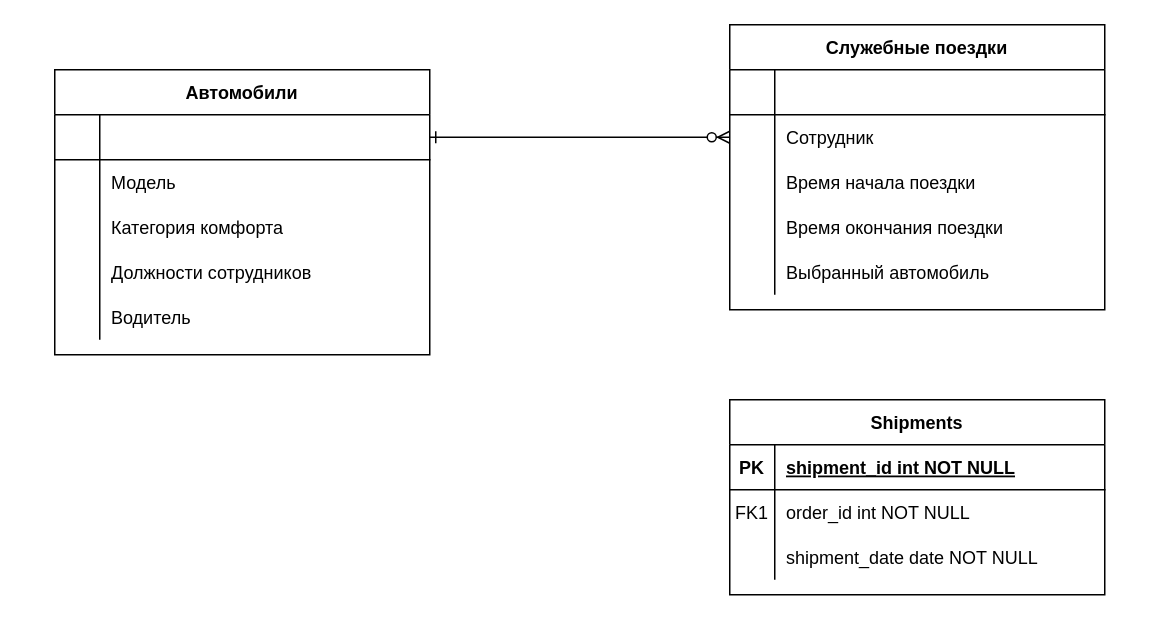
Before: Структура админраздела.drawio in suetnowic/solutions_to_tasks_for_trainees, a draw.io diagram. Source tidied: cells renumbered, new cells numbered last; positions are measured from the earlier drawing's top-left corner, leaving out a move shared by most shapes. Both pictures are drawn from the tidied source at 150%, with x=0, y=0 at pixel (54, 24).
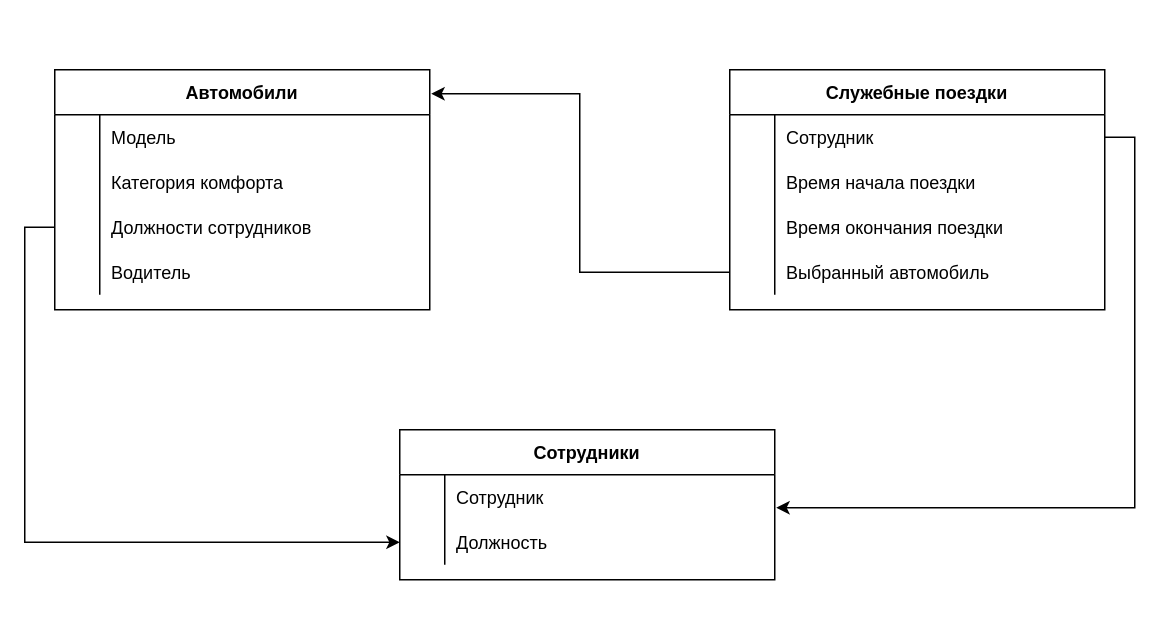
After the change.

What changed in the source:
```diff
@@
-    <mxCell id="2" style="edgeStyle=entityRelationEdgeStyle;endArrow=ERzeroToMany;startArrow=ERone;endFill=1;startFill=0;" parent="1" edge="1" source="30" target="7">
-      <mxGeometry relative="1" as="geometry" />
-    </mxCell>
     <mxCell id="3" value="Служебные поездки" style="shape=table;startSize=30;childLayout=tableLayout;rowLines=0;fontStyle=1;align=center;" parent="1" vertex="1">
-      <mxGeometry x="450" width="250" height="190" as="geometry" />
+      <mxGeometry x="450" y="30" width="250" height="160" as="geometry" />
     </mxCell>
-    <mxCell id="4" style="shape=partialRectangle;fillColor=none;top=0;left=0;right=0;bottom=1;" parent="3" vertex="1">
-      <mxGeometry y="30" width="250" height="30" as="geometry" />
-    </mxCell>
-    <mxCell id="5" style="shape=partialRectangle;overflow=hidden;fillColor=none;top=0;left=0;bottom=0;right=0;fontStyle=1;" parent="4" vertex="1">
-      <mxGeometry width="30" height="30" as="geometry" />
-    </mxCell>
-    <mxCell id="6" style="shape=partialRectangle;overflow=hidden;fillColor=none;top=0;left=0;bottom=0;right=0;align=left;spacingLeft=6;fontStyle=5;" parent="4" vertex="1">
-      <mxGeometry x="30" width="220" height="30" as="geometry" />
-    </mxCell>
     <mxCell id="7" style="shape=partialRectangle;fillColor=none;points=[[0,0.5],[1,0.5]];portConstraint=eastwest;top=0;left=0;right=0;bottom=0;" parent="3" vertex="1">
-      <mxGeometry y="60" width="250" height="30" as="geometry" />
+      <mxGeometry y="30" width="250" height="30" as="geometry" />
     </mxCell>
@@
     <mxCell id="10" style="shape=partialRectangle;fillColor=none;top=0;left=0;right=0;bottom=0;" parent="3" vertex="1">
-      <mxGeometry y="90" width="250" height="30" as="geometry" />
+      <mxGeometry y="60" width="250" height="30" as="geometry" />
     </mxCell>
@@
     <mxCell id="13" style="shape=partialRectangle;fillColor=none;top=0;left=0;right=0;bottom=0;" parent="3" vertex="1">
-      <mxGeometry y="120" width="250" height="30" as="geometry" />
+      <mxGeometry y="90" width="250" height="30" as="geometry" />
     </mxCell>
@@
     <mxCell id="16" style="shape=partialRectangle;fillColor=none;points=[[0,0.5],[1,0.5]];portConstraint=eastwest;top=0;left=0;right=0;bottom=0;" parent="3" vertex="1">
-      <mxGeometry y="150" width="250" height="30" as="geometry" />
+      <mxGeometry y="120" width="250" height="30" as="geometry" />
     </mxCell>
@@
-    <mxCell id="19" value="Shipments" style="shape=table;startSize=30;childLayout=tableLayout;rowLines=0;fontStyle=1;align=center;" parent="1" vertex="1">
-      <mxGeometry x="450" y="250" width="250" height="130" as="geometry" />
+    <mxCell id="19" value="Сотрудники" style="shape=table;startSize=30;childLayout=tableLayout;rowLines=0;fontStyle=1;align=center;" parent="1" vertex="1">
+      <mxGeometry x="230" y="270" width="250" height="100" as="geometry" />
     </mxCell>
-    <mxCell id="20" style="shape=partialRectangle;fillColor=none;top=0;left=0;right=0;bottom=1;" parent="19" vertex="1">
-      <mxGeometry y="30" width="250" height="30" as="geometry" />
-    </mxCell>
-    <mxCell id="21" value="PK" style="shape=partialRectangle;overflow=hidden;fillColor=none;top=0;left=0;bottom=0;right=0;fontStyle=1;" parent="20" vertex="1">
-      <mxGeometry width="30" height="30" as="geometry" />
-    </mxCell>
-    <mxCell id="22" value="shipment_id int NOT NULL " style="shape=partialRectangle;overflow=hidden;fillColor=none;top=0;left=0;bottom=0;right=0;align=left;spacingLeft=6;fontStyle=5;" parent="20" vertex="1">
-      <mxGeometry x="30" width="220" height="30" as="geometry" />
-    </mxCell>
     <mxCell id="23" style="shape=partialRectangle;fillColor=none;points=[[0,0.5],[1,0.5]];portConstraint=eastwest;top=0;left=0;right=0;bottom=0;" parent="19" vertex="1">
-      <mxGeometry y="60" width="250" height="30" as="geometry" />
+      <mxGeometry y="30" width="250" height="30" as="geometry" />
     </mxCell>
-    <mxCell id="24" value="FK1" style="shape=partialRectangle;overflow=hidden;fillColor=none;top=0;left=0;bottom=0;right=0;" parent="23" vertex="1">
+    <mxCell id="24" style="shape=partialRectangle;overflow=hidden;fillColor=none;top=0;left=0;bottom=0;right=0;" parent="23" vertex="1">
       <mxGeometry width="30" height="30" as="geometry" />
     </mxCell>
-    <mxCell id="25" value="order_id int NOT NULL" style="shape=partialRectangle;overflow=hidden;fillColor=none;top=0;left=0;bottom=0;right=0;align=left;spacingLeft=6;" parent="23" vertex="1">
+    <mxCell id="25" value="Сотрудник" style="shape=partialRectangle;overflow=hidden;fillColor=none;top=0;left=0;bottom=0;right=0;align=left;spacingLeft=6;" parent="23" vertex="1">
       <mxGeometry x="30" width="220" height="30" as="geometry" />
     </mxCell>
     <mxCell id="26" style="shape=partialRectangle;fillColor=none;points=[[0,0.5],[1,0.5]];portConstraint=eastwest;top=0;left=0;right=0;bottom=0;" parent="19" vertex="1">
-      <mxGeometry y="90" width="250" height="30" as="geometry" />
+      <mxGeometry y="60" width="250" height="30" as="geometry" />
     </mxCell>
@@
-    <mxCell id="28" value="shipment_date date NOT NULL" style="shape=partialRectangle;overflow=hidden;fillColor=none;top=0;left=0;bottom=0;right=0;align=left;spacingLeft=6;" parent="26" vertex="1">
+    <mxCell id="28" value="Должность" style="shape=partialRectangle;overflow=hidden;fillColor=none;top=0;left=0;bottom=0;right=0;align=left;spacingLeft=6;" parent="26" vertex="1">
       <mxGeometry x="30" width="220" height="30" as="geometry" />
     </mxCell>
     <mxCell id="29" value="Автомобили" style="shape=table;startSize=30;childLayout=tableLayout;rowLines=0;fontStyle=1;align=center;" parent="1" vertex="1">
-      <mxGeometry y="30" width="250" height="190" as="geometry" />
+      <mxGeometry y="30" width="250" height="160" as="geometry" />
     </mxCell>
-    <mxCell id="30" style="shape=partialRectangle;fillColor=none;points=[[0,0.5],[1,0.5]];portConstraint=eastwest;top=0;left=0;right=0;bottom=1;fontStyle=1;" parent="29" vertex="1">
-      <mxGeometry y="30" width="250" height="30" as="geometry" />
-    </mxCell>
-    <mxCell id="31" style="shape=partialRectangle;overflow=hidden;fillColor=none;top=0;left=0;bottom=0;right=0;fontStyle=1;" parent="30" vertex="1">
-      <mxGeometry width="30" height="30" as="geometry" />
-    </mxCell>
-    <mxCell id="32" style="shape=partialRectangle;overflow=hidden;fillColor=none;top=0;left=0;bottom=0;right=0;align=left;spacingLeft=6;fontStyle=0;" parent="30" vertex="1">
-      <mxGeometry x="30" width="220" height="30" as="geometry" />
-    </mxCell>
     <mxCell id="33" style="shape=partialRectangle;fillColor=none;top=0;left=0;right=0;bottom=0;" parent="29" vertex="1">
-      <mxGeometry y="60" width="250" height="30" as="geometry" />
+      <mxGeometry y="30" width="250" height="30" as="geometry" />
     </mxCell>
@@
     <mxCell id="36" style="shape=partialRectangle;fillColor=none;top=0;left=0;right=0;bottom=0;" parent="29" vertex="1">
-      <mxGeometry y="90" width="250" height="30" as="geometry" />
+      <mxGeometry y="60" width="250" height="30" as="geometry" />
     </mxCell>
@@
     <mxCell id="39" style="shape=partialRectangle;fillColor=none;points=[[0,0.5],[1,0.5]];portConstraint=eastwest;top=0;left=0;right=0;bottom=0;" parent="29" vertex="1">
-      <mxGeometry y="120" width="250" height="30" as="geometry" />
+      <mxGeometry y="90" width="250" height="30" as="geometry" />
     </mxCell>
@@
     <mxCell id="42" style="shape=partialRectangle;fillColor=none;top=0;left=0;right=0;bottom=0;" parent="29" vertex="1">
-      <mxGeometry y="150" width="250" height="30" as="geometry" />
+      <mxGeometry y="120" width="250" height="30" as="geometry" />
     </mxCell>
@@
-    <mxCell id="45" style="shape=partialRectangle;overflow=hidden;fillColor=none;top=0;left=0;bottom=0;right=0;align=left;spacingLeft=6;fontStyle=0;" parent="1" vertex="1">
-      <mxGeometry x="30" y="60" width="220" height="30" as="geometry" />
-    </mxCell>
+    <mxCell id="46" style="edgeStyle=orthogonalEdgeStyle;rounded=0;jettySize=auto;html=1;exitX=0;exitY=0.5;exitDx=0;exitDy=0;entryX=0;entryY=0.5;entryDx=0;entryDy=0;" parent="1" edge="1" source="39" target="26">
+      <mxGeometry relative="1" as="geometry" />
+    </mxCell>
+    <mxCell id="47" style="edgeStyle=orthogonalEdgeStyle;rounded=0;jettySize=auto;html=1;exitX=1;exitY=0.5;exitDx=0;exitDy=0;entryX=1.004;entryY=0.733;entryDx=0;entryDy=0;entryPerimeter=0;" parent="1" edge="1" source="7" target="23">
+      <mxGeometry relative="1" as="geometry" />
+    </mxCell>
+    <mxCell id="48" style="edgeStyle=orthogonalEdgeStyle;rounded=0;jettySize=auto;html=1;exitX=0;exitY=0.5;exitDx=0;exitDy=0;entryX=1.004;entryY=0.1;entryDx=0;entryDy=0;entryPerimeter=0;" parent="1" edge="1" source="16" target="29">
+      <mxGeometry relative="1" as="geometry" />
+    </mxCell>
```
